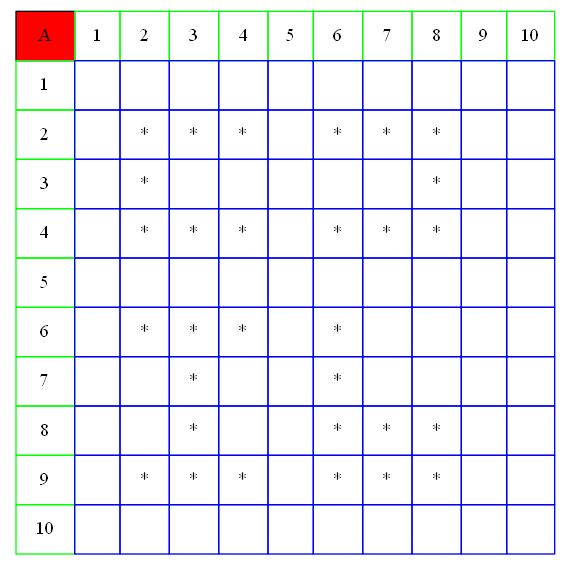
The Graphviz diagram Resultado.dot.png in AbidelLux/Proyecto02_1S2021IPC2_JAMES, before a commit. Its source is kept beside it as Resultado.dot.
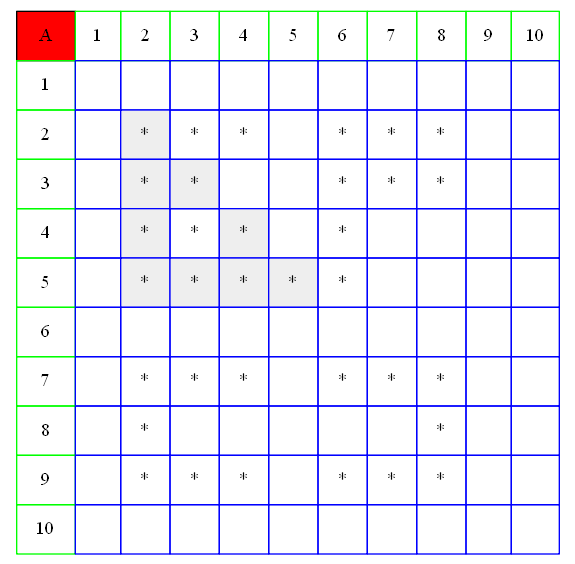
Later version of the same file.

Change to the diagram source:
```diff
@@ -7,13 +7,13 @@
 		<table border="0" color="green" cellpadding="10" cellborder="1" cellspacing="0">
 	<tr><td bgcolor = "red" color="black"> A </td><td color="green">1</td><td color="green">2</td><td color="green">3</td><td color="green">4</td><td color="green">5</td><td color="green">6</td><td color="green">7</td><td color="green">8</td><td color="green">9</td><td color="green">10</td></tr>
 			<tr><td color="green"> 1 </td><td color="blue">   </td><td color="blue">   </td><td color="blue">   </td><td color="blue">   </td><td color="blue">   </td><td color="blue">   </td><td color="blue">   </td><td color="blue">   </td><td color="blue">   </td><td color="blue">   </td></tr>
-			<tr><td color="green"> 2 </td><td color="blue">   </td><td color="blue"> * </td><td color="blue"> * </td><td color="blue"> * </td><td color="blue">   </td><td color="blue"> * </td><td color="blue"> * </td><td color="blue"> * </td><td color="blue">   </td><td color="blue">   </td></tr>
-			<tr><td color="green"> 3 </td><td color="blue">   </td><td color="blue"> * </td><td color="blue">   </td><td color="blue">   </td><td color="blue">   </td><td color="blue">   </td><td color="blue">   </td><td color="blue"> * </td><td color="blue">   </td><td color="blue">   </td></tr>
-			<tr><td color="green"> 4 </td><td color="blue">   </td><td color="blue"> * </td><td color="blue"> * </td><td color="blue"> * </td><td color="blue">   </td><td color="blue"> * </td><td color="blue"> * </td><td color="blue"> * </td><td color="blue">   </td><td color="blue">   </td></tr>
-			<tr><td color="green"> 5 </td><td color="blue">   </td><td color="blue">   </td><td color="blue">   </td><td color="blue">   </td><td color="blue">   </td><td color="blue">   </td><td color="blue">   </td><td color="blue">   </td><td color="blue">   </td><td color="blue">   </td></tr>
-			<tr><td color="green"> 6 </td><td color="blue">   </td><td color="blue"> * </td><td color="blue"> * </td><td color="blue"> * </td><td color="blue">   </td><td color="blue"> * </td><td color="blue">   </td><td color="blue">   </td><td color="blue">   </td><td color="blue">   </td></tr>
-			<tr><td color="green"> 7 </td><td color="blue">   </td><td color="blue">   </td><td color="blue"> * </td><td color="blue">   </td><td color="blue">   </td><td color="blue"> * </td><td color="blue">   </td><td color="blue">   </td><td color="blue">   </td><td color="blue">   </td></tr>
-			<tr><td color="green"> 8 </td><td color="blue">   </td><td color="blue">   </td><td color="blue"> * </td><td color="blue">   </td><td color="blue">   </td><td color="blue"> * </td><td color="blue"> * </td><td color="blue"> * </td><td color="blue">   </td><td color="blue">   </td></tr>
+			<tr><td color="green"> 2 </td><td color="blue">   </td><td color="blue" bgcolor="#eeeeee"> * </td><td color="blue"> * </td><td color="blue"> * </td><td color="blue">   </td><td color="blue"> * </td><td color="blue"> * </td><td color="blue"> * </td><td color="blue">   </td><td color="blue">   </td></tr>
+			<tr><td color="green"> 3 </td><td color="blue">   </td><td color="blue" bgcolor="#eeeeee"> * </td><td color="blue" bgcolor="#eeeeee"> * </td><td color="blue">   </td><td color="blue">   </td><td color="blue"> * </td><td color="blue"> * </td><td color="blue"> * </td><td color="blue">   </td><td color="blue">   </td></tr>
+			<tr><td color="green"> 4 </td><td color="blue">   </td><td color="blue" bgcolor="#eeeeee"> * </td><td color="blue"> * </td><td color="blue" bgcolor="#eeeeee"> * </td><td color="blue">   </td><td color="blue"> * </td><td color="blue">   </td><td color="blue">   </td><td color="blue">   </td><td color="blue">   </td></tr>
+			<tr><td color="green"> 5 </td><td color="blue">   </td><td color="blue" bgcolor="#eeeeee"> * </td><td color="blue" bgcolor="#eeeeee"> * </td><td color="blue" bgcolor="#eeeeee"> * </td><td color="blue" bgcolor="#eeeeee"> * </td><td color="blue"> * </td><td color="blue">   </td><td color="blue">   </td><td color="blue">   </td><td color="blue">   </td></tr>
+			<tr><td color="green"> 6 </td><td color="blue">   </td><td color="blue">   </td><td color="blue">   </td><td color="blue">   </td><td color="blue">   </td><td color="blue">   </td><td color="blue">   </td><td color="blue">   </td><td color="blue">   </td><td color="blue">   </td></tr>
+			<tr><td color="green"> 7 </td><td color="blue">   </td><td color="blue"> * </td><td color="blue"> * </td><td color="blue"> * </td><td color="blue">   </td><td color="blue"> * </td><td color="blue"> * </td><td color="blue"> * </td><td color="blue">   </td><td color="blue">   </td></tr>
+			<tr><td color="green"> 8 </td><td color="blue">   </td><td color="blue"> * </td><td color="blue">   </td><td color="blue">   </td><td color="blue">   </td><td color="blue">   </td><td color="blue">   </td><td color="blue"> * </td><td color="blue">   </td><td color="blue">   </td></tr>
 			<tr><td color="green"> 9 </td><td color="blue">   </td><td color="blue"> * </td><td color="blue"> * </td><td color="blue"> * </td><td color="blue">   </td><td color="blue"> * </td><td color="blue"> * </td><td color="blue"> * </td><td color="blue">   </td><td color="blue">   </td></tr>
 			<tr><td color="green"> 10 </td><td color="blue">   </td><td color="blue">   </td><td color="blue">   </td><td color="blue">   </td><td color="blue">   </td><td color="blue">   </td><td color="blue">   </td><td color="blue">   </td><td color="blue">   </td><td color="blue">   </td></tr>
 			</table>
```
